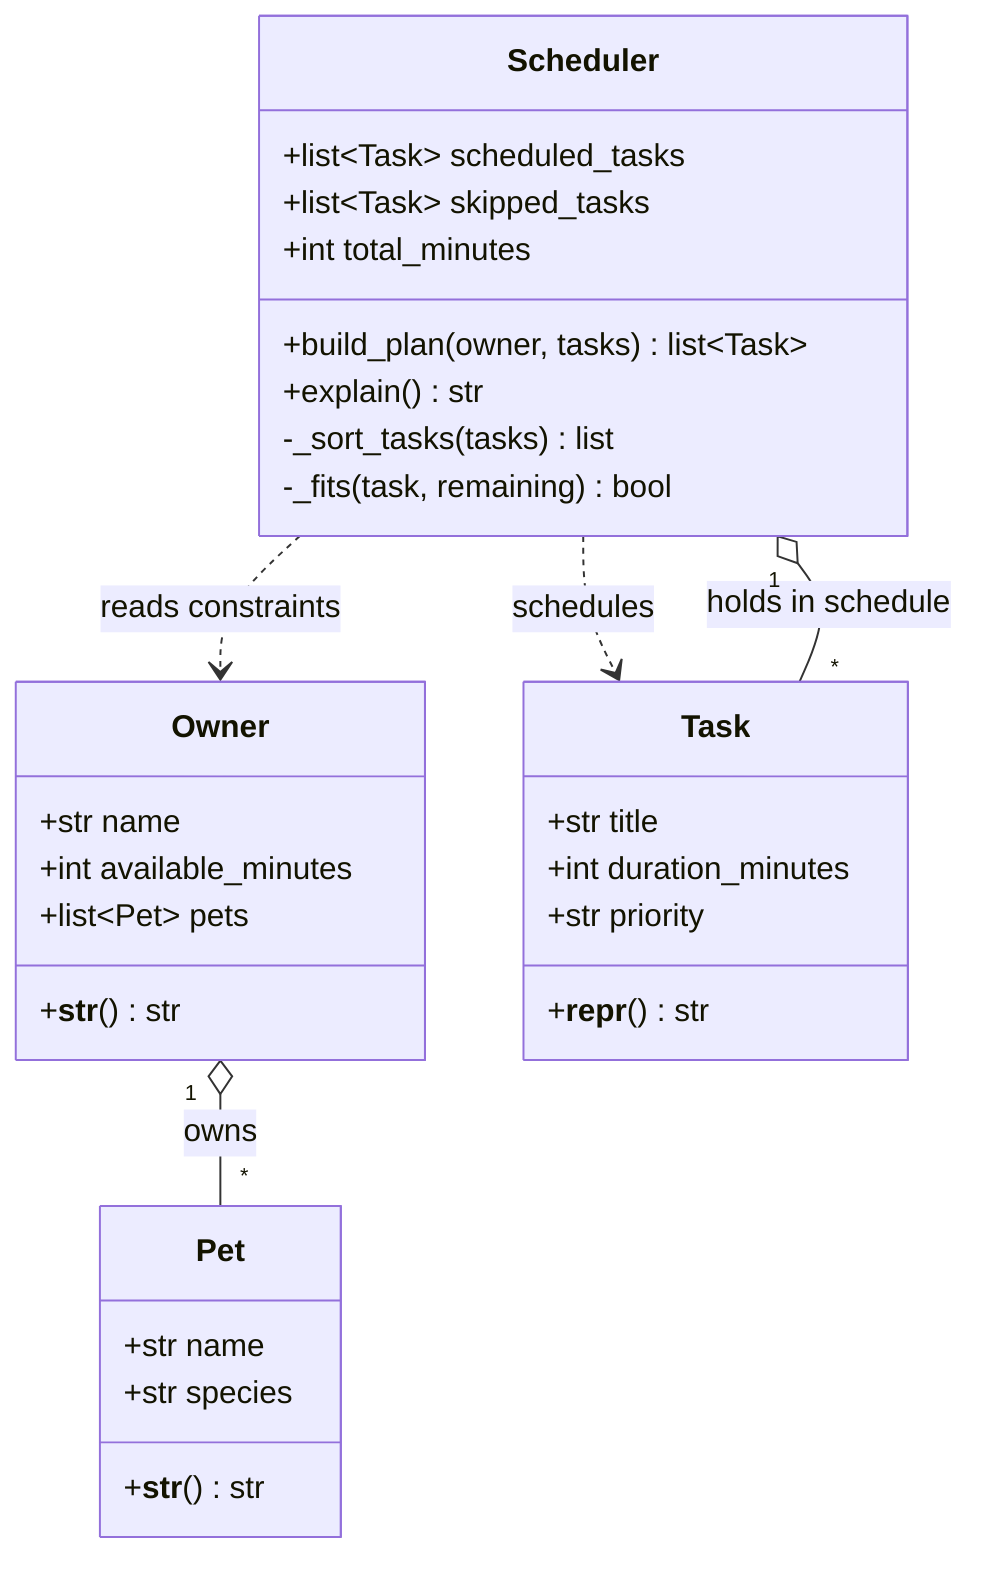
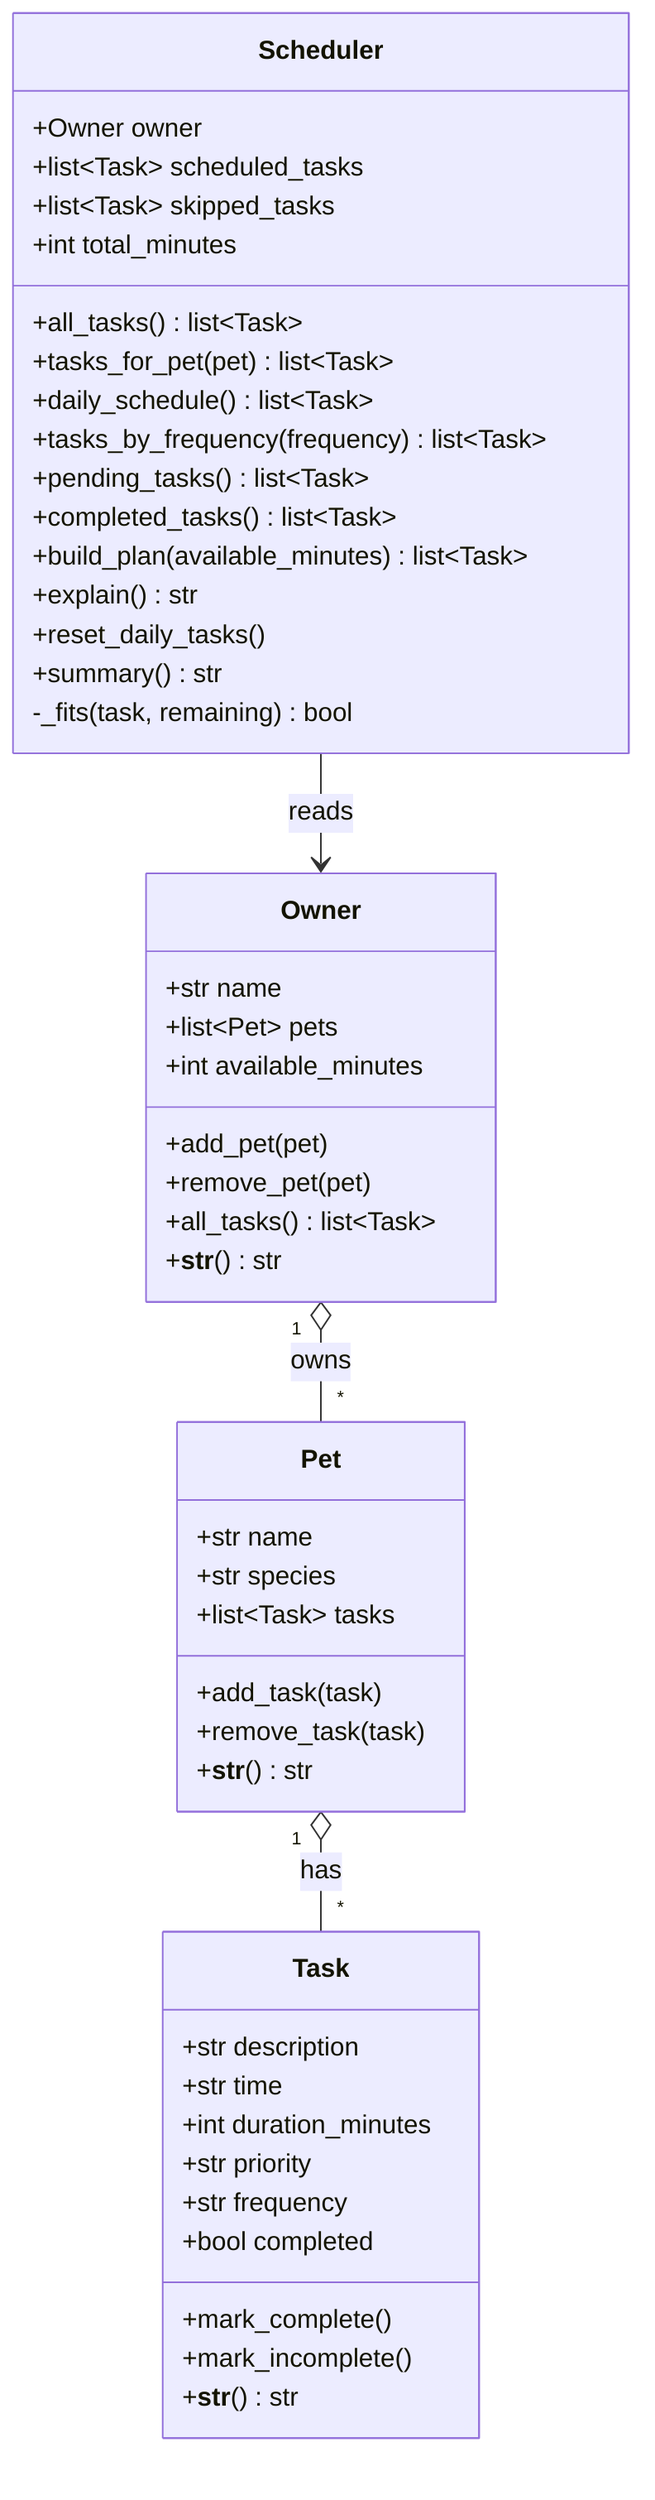
classDiagram
    %% PawPal+ — pet care planning assistant (4-class design)
-     %% Owner, Pet, Task are data classes.
-     %% Scheduler holds the logic AND the resulting schedule.
+     %% Task and Pet and Owner are data classes; Scheduler holds the logic.
+     %% Tasks belong to Pets; an Owner has many Pets; the Scheduler reads
+     %% through the Owner to organize and plan all tasks.

-     class Owner {
-         +str name
-         +int available_minutes
-         +list~Pet~ pets
+     class Task {
+         +str description
+         +str time
+         +int duration_minutes
+         +str priority
+         +str frequency
+         +bool completed
+         +mark_complete()
+         +mark_incomplete()
        +__str__() str
    }

    class Pet {
        +str name
        +str species
+         +list~Task~ tasks
+         +add_task(task)
+         +remove_task(task)
        +__str__() str
    }

-     class Task {
-         +str title
-         +int duration_minutes
-         +str priority
-         +__repr__() str
+     class Owner {
+         +str name
+         +list~Pet~ pets
+         +int available_minutes
+         +add_pet(pet)
+         +remove_pet(pet)
+         +all_tasks() list~Task~
+         +__str__() str
    }

    class Scheduler {
+         +Owner owner
        +list~Task~ scheduled_tasks
        +list~Task~ skipped_tasks
        +int total_minutes
-         +build_plan(owner, tasks) list~Task~
+         +all_tasks() list~Task~
+         +tasks_for_pet(pet) list~Task~
+         +daily_schedule() list~Task~
+         +tasks_by_frequency(frequency) list~Task~
+         +pending_tasks() list~Task~
+         +completed_tasks() list~Task~
+         +build_plan(available_minutes) list~Task~
        +explain() str
-         -_sort_tasks(tasks) list
+         +reset_daily_tasks()
+         +summary() str
        -_fits(task, remaining) bool
    }

    Owner "1" o-- "*" Pet : owns
-     Scheduler ..> Owner : reads constraints
-     Scheduler ..> Task : schedules
-     Scheduler "1" o-- "*" Task : holds in schedule
+     Pet "1" o-- "*" Task : has
+     Scheduler --> Owner : reads
